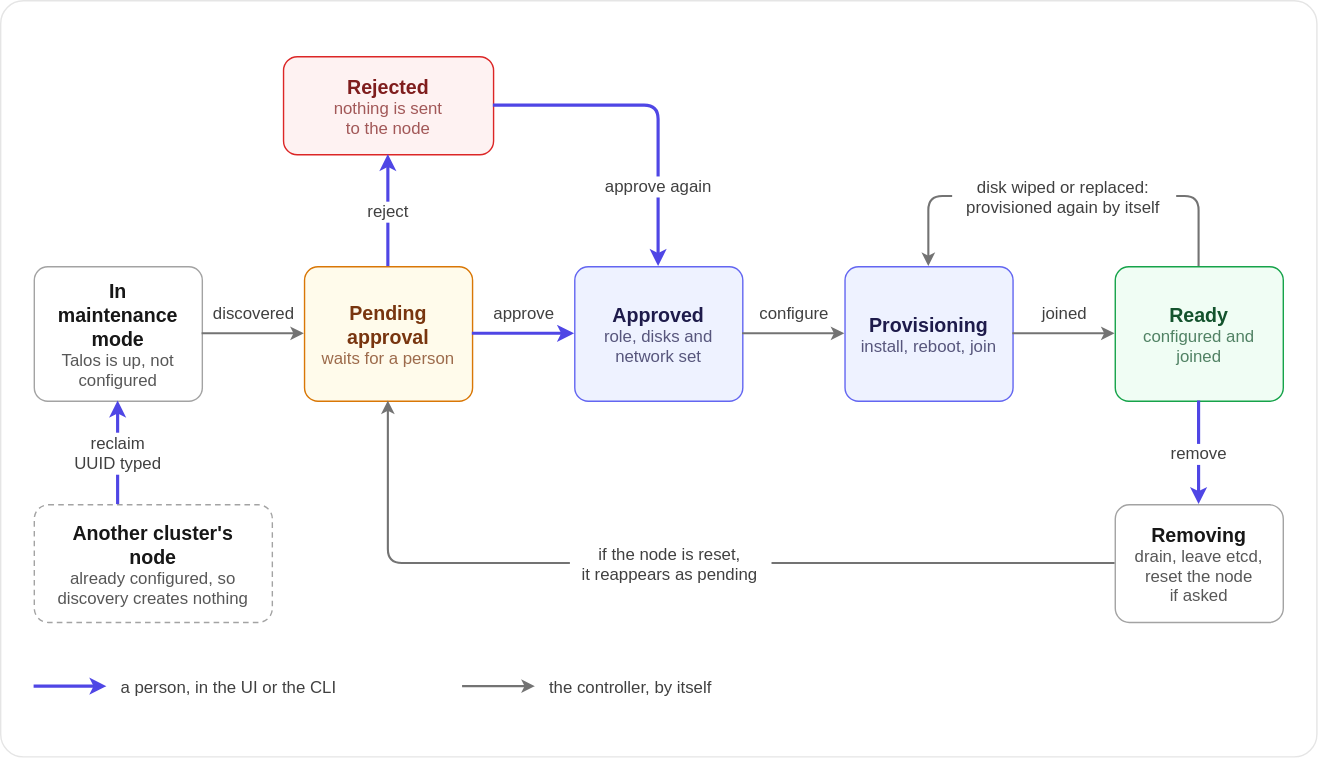
Earlier version of the draw.io export docs/images/machine-lifecycle.light.drawio.svg (maeshinshin/ichor). Source tidied: cells renumbered, new cells last; positions are measured from the earlier drawing's top-left corner, leaving out a move shared by most shapes.
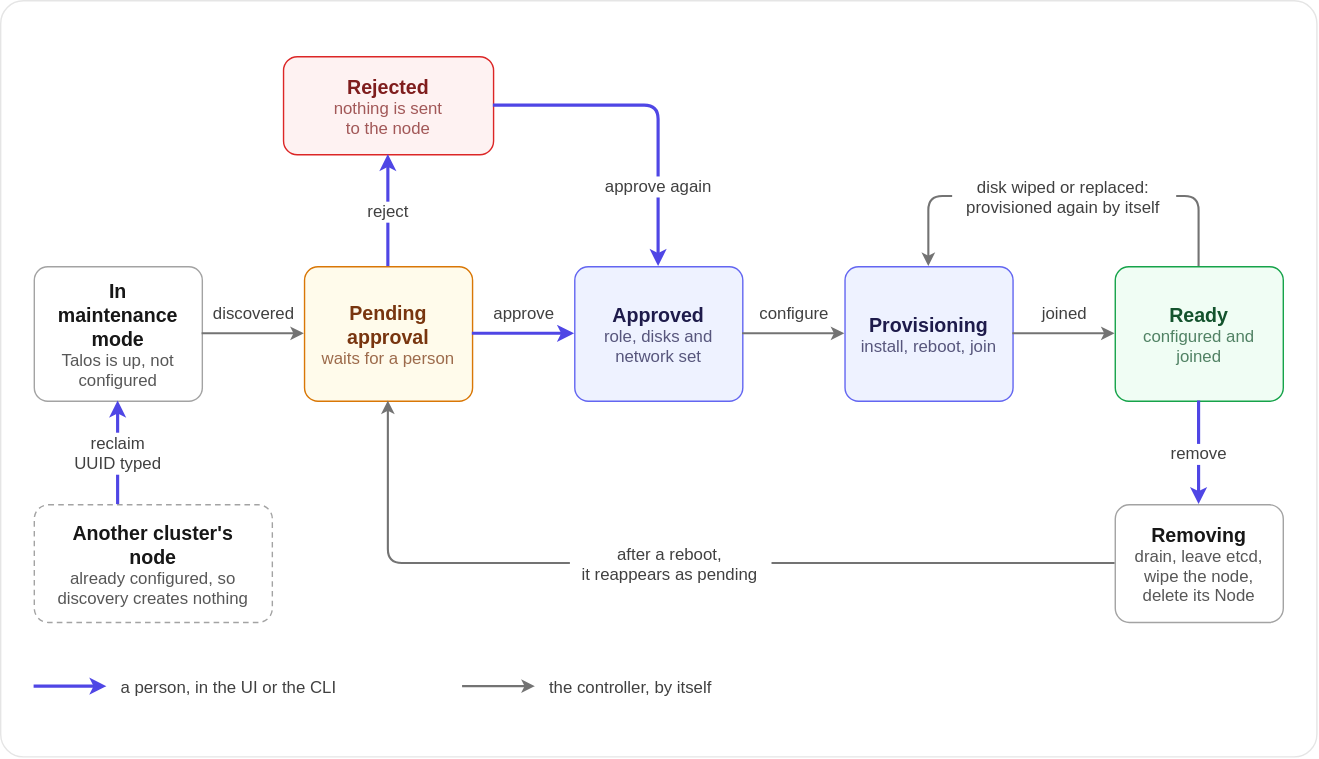
After the change.

Commit message:
docs: node removal always wipes, the CLI has --wipe-mode, rotate keys leaves the etcd and aggregator CAs to rotate ca

Diff of the diagram source:
```diff
@@ -65,7 +65,7 @@
     <mxCell id="22" value="Removing" style="html=0;fillColor=none;strokeColor=none;fontFamily=Helvetica;fontSize=14;fontColor=light-dark(#171717,#FAFAFA);align=center;verticalAlign=middle;spacing=0;fontStyle=1;" parent="21" vertex="1">
       <mxGeometry y="12.5" width="120" height="17" as="geometry" />
     </mxCell>
-    <mxCell id="23" value="drain, leave etcd,&#10;reset the node&#10;if asked" style="html=0;fillColor=none;strokeColor=none;fontFamily=Helvetica;fontSize=12;fontColor=light-dark(#171717,#FAFAFA);align=center;verticalAlign=middle;spacing=0;textOpacity=72;" parent="21" vertex="1">
+    <mxCell id="23" value="drain, leave etcd,&#10;wipe the node,&#10;delete its Node" style="html=0;fillColor=none;strokeColor=none;fontFamily=Helvetica;fontSize=12;fontColor=light-dark(#171717,#FAFAFA);align=center;verticalAlign=middle;spacing=0;textOpacity=72;" parent="21" vertex="1">
       <mxGeometry y="29.5" width="120" height="42" as="geometry" />
     </mxCell>
     <mxCell id="24" style="rounded=1;arcSize=12;fillColor=light-dark(#FFFFFF,#1A1A1A);strokeColor=light-dark(#A3A3A3,#525252);strokeWidth=1;fontColor=light-dark(#171717,#FAFAFA);fontFamily=Helvetica;fontSize=14;align=center;verticalAlign=middle;dashed=1;dashPattern=4 3;html=0;" parent="1" vertex="1">
@@ -111,7 +111,7 @@
     <mxCell id="33" value="remove" style="edgeStyle=orthogonalEdgeStyle;rounded=1;jettySize=auto;strokeColor=light-dark(#4F46E5,#A5B4FC);strokeWidth=2.25;endArrow=classic;endFill=1;endSize=5;startArrow=none;startFill=1;startSize=5;fontColor=light-dark(#404040,#D4D4D4);fontFamily=Helvetica;fontSize=12;labelBackgroundColor=light-dark(#FFFFFF,#0A0A0A);exitX=0.5;exitY=1;exitDx=0;exitDy=0;entryX=0.5;entryY=0;entryDx=0;entryDy=0;html=0;" parent="1" edge="1" source="15" target="21">
       <mxGeometry relative="1" as="geometry" />
     </mxCell>
-    <mxCell id="34" value="if the node is reset,&#10;it reappears as pending" style="edgeStyle=orthogonalEdgeStyle;rounded=1;jettySize=auto;strokeColor=light-dark(#737373,#A3A3A3);strokeWidth=1.5;endArrow=classic;endFill=1;endSize=5;startArrow=none;startFill=1;startSize=5;fontColor=light-dark(#404040,#D4D4D4);fontFamily=Helvetica;fontSize=12;labelBackgroundColor=light-dark(#FFFFFF,#0A0A0A);exitX=0;exitY=0.5;exitDx=0;exitDy=0;entryX=0.5;entryY=1;entryDx=0;entryDy=0;html=0;" parent="1" edge="1" source="21" target="6">
+    <mxCell id="34" value="after a reboot,&#10;it reappears as pending" style="edgeStyle=orthogonalEdgeStyle;rounded=1;jettySize=auto;strokeColor=light-dark(#737373,#A3A3A3);strokeWidth=1.5;endArrow=classic;endFill=1;endSize=5;startArrow=none;startFill=1;startSize=5;fontColor=light-dark(#404040,#D4D4D4);fontFamily=Helvetica;fontSize=12;labelBackgroundColor=light-dark(#FFFFFF,#0A0A0A);exitX=0;exitY=0.5;exitDx=0;exitDy=0;entryX=0.5;entryY=1;entryDx=0;entryDy=0;html=0;" parent="1" edge="1" source="21" target="6">
       <mxGeometry relative="1" as="geometry">
         <Array as="points">
           <mxPoint x="277" y="402" />
```
